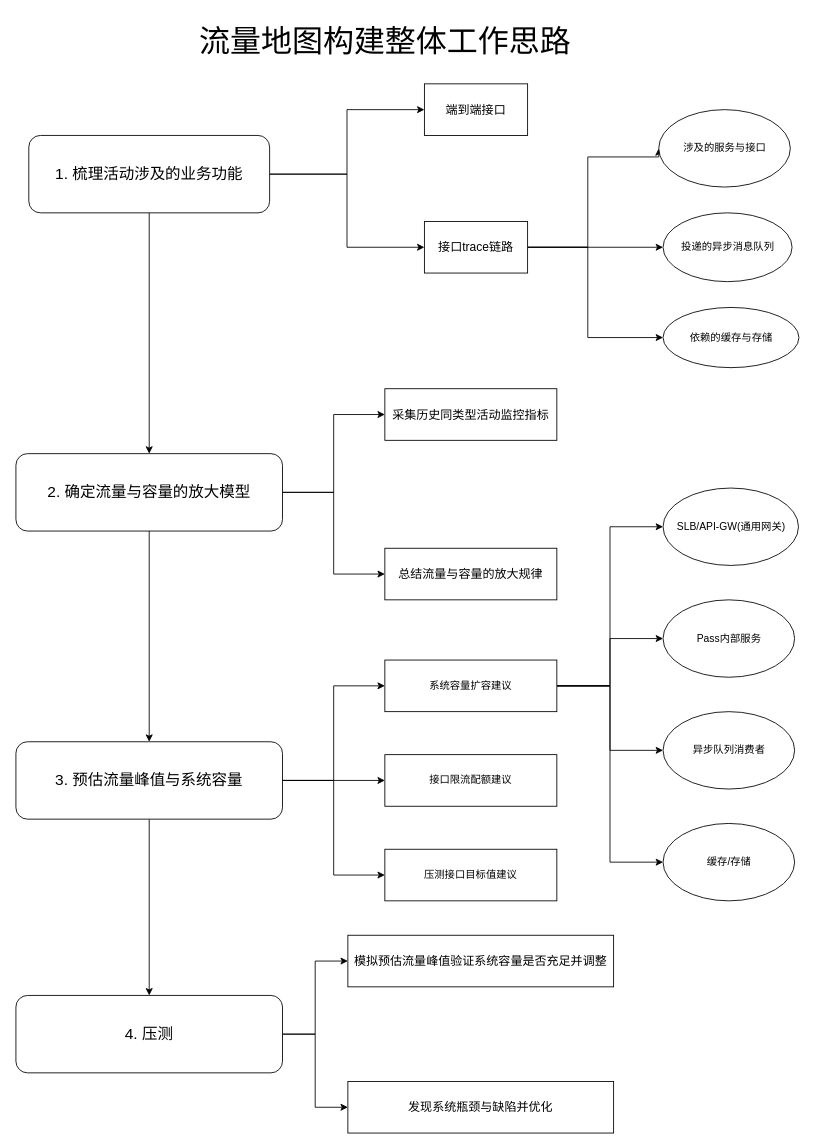
This is 流量地图构建整体架构.drawio from smartcharles/tech_draw, a draw.io file, before an edit. Source tidied: cells renumbered, new cells numbered last; positions are measured from the earlier drawing's top-left corner, leaving out a move shared by most shapes. Both pictures are drawn from the tidied source at 86%, with x=0, y=0 at pixel (15, 15).
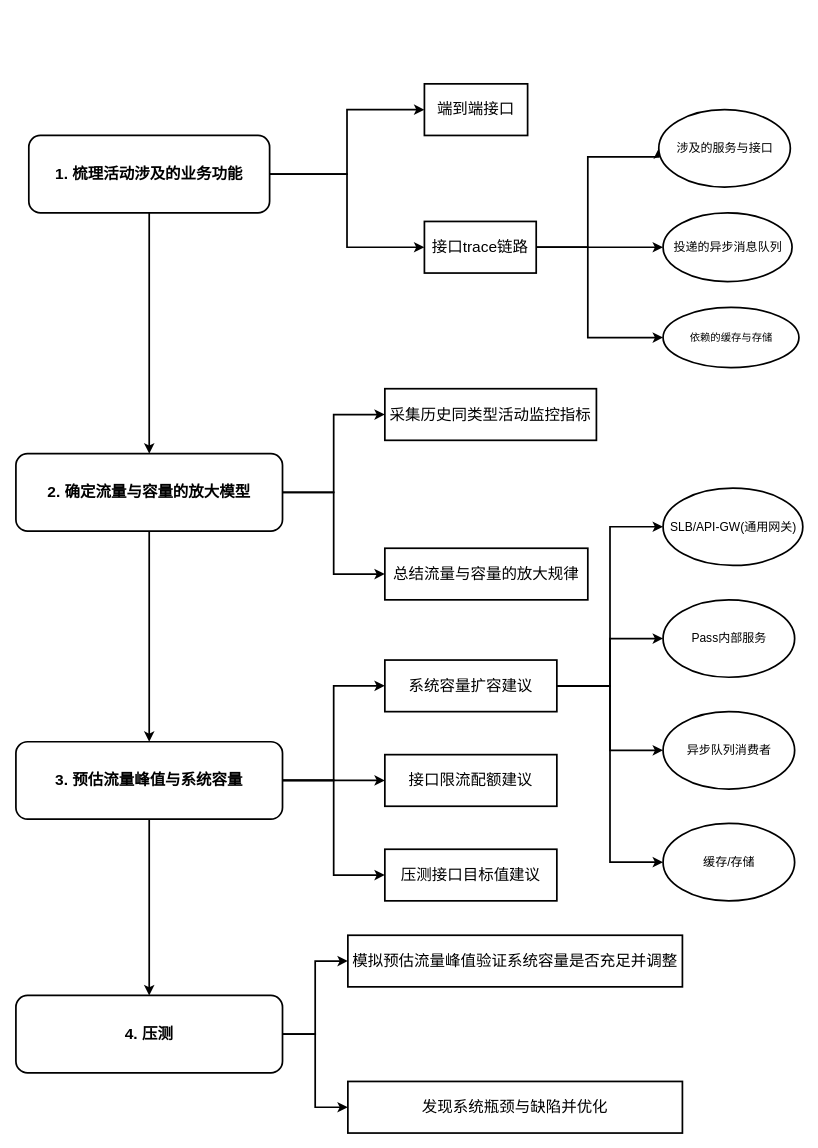
The same diagram, later.

Commit message (it also covers changes not shown here):
更新流量地图构建整体架构.drawio

What changed in the source:
```diff
@@
-    <mxCell id="2" style="edgeStyle=orthogonalEdgeStyle;rounded=0;jettySize=auto;html=1;entryX=0;entryY=0.5;entryDx=0;entryDy=0;" parent="1" edge="1" source="5" target="7">
+    <mxCell id="2" style="edgeStyle=orthogonalEdgeStyle;rounded=0;jettySize=auto;html=1;entryX=0;entryY=0.5;entryDx=0;entryDy=0;strokeWidth=2;" parent="1" edge="1" source="5" target="7">
       <mxGeometry relative="1" as="geometry" />
     </mxCell>
-    <mxCell id="3" style="edgeStyle=orthogonalEdgeStyle;rounded=0;jettySize=auto;html=1;entryX=0;entryY=0.5;entryDx=0;entryDy=0;" parent="1" edge="1" source="5" target="11">
+    <mxCell id="3" style="edgeStyle=orthogonalEdgeStyle;rounded=0;jettySize=auto;html=1;entryX=0;entryY=0.5;entryDx=0;entryDy=0;strokeWidth=2;" parent="1" edge="1" source="5" target="11">
       <mxGeometry relative="1" as="geometry" />
     </mxCell>
-    <mxCell id="4" style="edgeStyle=orthogonalEdgeStyle;rounded=0;jettySize=auto;html=1;entryX=0.5;entryY=0;entryDx=0;entryDy=0;" parent="1" edge="1" source="5" target="18">
+    <mxCell id="4" style="edgeStyle=orthogonalEdgeStyle;rounded=0;jettySize=auto;html=1;entryX=0.5;entryY=0;entryDx=0;entryDy=0;strokeWidth=2;" parent="1" edge="1" source="5" target="18">
       <mxGeometry relative="1" as="geometry" />
     </mxCell>
-    <mxCell id="5" value="&lt;font style=&quot;font-size: 18px;&quot;&gt;1. 梳理活动涉及的业务功能&lt;/font&gt;" style="rounded=1;whiteSpace=wrap;html=1;" parent="1" vertex="1">
+    <mxCell id="5" value="&lt;font style=&quot;font-size: 18px;&quot;&gt;&lt;b&gt;1. 梳理活动涉及的业务功能&lt;/b&gt;&lt;/font&gt;" style="rounded=1;whiteSpace=wrap;html=1;strokeWidth=2;" parent="1" vertex="1">
       <mxGeometry x="15" y="140" width="280" height="90" as="geometry" />
     </mxCell>
-    <mxCell id="6" value="&lt;font style=&quot;font-size: 36px;&quot;&gt;流量地图构建整体工作思路&lt;/font&gt;" style="text;html=1;align=center;verticalAlign=middle;strokeColor=none;fillColor=none;" parent="1" vertex="1">
-      <mxGeometry x="199" width="460" height="60" as="geometry" />
-    </mxCell>
-    <mxCell id="7" value="&lt;font style=&quot;font-size: 14px;&quot;&gt;端到端接口&lt;/font&gt;" style="rounded=0;whiteSpace=wrap;html=1;" parent="1" vertex="1">
+    <mxCell id="7" value="&lt;font style=&quot;font-size: 18px;&quot;&gt;端到端接口&lt;/font&gt;" style="rounded=0;whiteSpace=wrap;html=1;strokeWidth=2;" parent="1" vertex="1">
       <mxGeometry x="475" y="80" width="120" height="60" as="geometry" />
     </mxCell>
-    <mxCell id="8" style="edgeStyle=orthogonalEdgeStyle;rounded=0;jettySize=auto;html=1;entryX=0;entryY=0.5;entryDx=0;entryDy=0;" parent="1" edge="1" source="11" target="14">
+    <mxCell id="8" style="edgeStyle=orthogonalEdgeStyle;rounded=0;jettySize=auto;html=1;entryX=0;entryY=0.5;entryDx=0;entryDy=0;strokeWidth=2;" parent="1" edge="1" source="11" target="14">
       <mxGeometry relative="1" as="geometry" />
     </mxCell>
-    <mxCell id="9" style="edgeStyle=orthogonalEdgeStyle;rounded=0;jettySize=auto;html=1;entryX=0;entryY=0.5;entryDx=0;entryDy=0;" parent="1" edge="1" source="11" target="12">
+    <mxCell id="9" style="edgeStyle=orthogonalEdgeStyle;rounded=0;jettySize=auto;html=1;entryX=0;entryY=0.5;entryDx=0;entryDy=0;strokeWidth=2;" parent="1" edge="1" source="11" target="12">
       <mxGeometry relative="1" as="geometry">
         <Array as="points">
           <mxPoint x="665" y="270" />
           <mxPoint x="665" y="165" />
           <mxPoint x="748" y="165" />
         </Array>
       </mxGeometry>
     </mxCell>
-    <mxCell id="10" style="edgeStyle=orthogonalEdgeStyle;rounded=0;jettySize=auto;html=1;entryX=0;entryY=0.5;entryDx=0;entryDy=0;" parent="1" edge="1" source="11" target="13">
+    <mxCell id="10" style="edgeStyle=orthogonalEdgeStyle;rounded=0;jettySize=auto;html=1;entryX=0;entryY=0.5;entryDx=0;entryDy=0;strokeWidth=2;" parent="1" edge="1" source="11" target="13">
       <mxGeometry relative="1" as="geometry">
         <Array as="points">
           <mxPoint x="665" y="270" />
           <mxPoint x="665" y="375" />
         </Array>
       </mxGeometry>
     </mxCell>
-    <mxCell id="11" value="&lt;font style=&quot;font-size: 14px;&quot;&gt;接口trace链路&lt;/font&gt;" style="rounded=0;whiteSpace=wrap;html=1;" parent="1" vertex="1">
-      <mxGeometry x="475" y="240" width="120" height="60" as="geometry" />
+    <mxCell id="11" value="&lt;font style=&quot;font-size: 18px;&quot;&gt;接口trace链路&lt;/font&gt;" style="rounded=0;whiteSpace=wrap;html=1;strokeWidth=2;" parent="1" vertex="1">
+      <mxGeometry x="475" y="240" width="130" height="60" as="geometry" />
     </mxCell>
-    <mxCell id="12" value="涉及的服务与接口" style="ellipse;whiteSpace=wrap;html=1;" parent="1" vertex="1">
+    <mxCell id="12" value="&lt;font style=&quot;font-size: 14px;&quot;&gt;涉及的服务与接口&lt;/font&gt;" style="ellipse;whiteSpace=wrap;html=1;strokeWidth=2;" parent="1" vertex="1">
       <mxGeometry x="747.5" y="110" width="153" height="90" as="geometry" />
     </mxCell>
-    <mxCell id="13" value="依赖的缓存与存储" style="ellipse;whiteSpace=wrap;html=1;" parent="1" vertex="1">
+    <mxCell id="13" value="依赖的缓存与存储" style="ellipse;whiteSpace=wrap;html=1;strokeWidth=2;" parent="1" vertex="1">
       <mxGeometry x="752.5" y="340" width="158" height="70" as="geometry" />
     </mxCell>
-    <mxCell id="14" value="投递的异步消息队列" style="ellipse;whiteSpace=wrap;html=1;" parent="1" vertex="1">
+    <mxCell id="14" value="&lt;font style=&quot;font-size: 14px;&quot;&gt;投递的异步消息队列&lt;/font&gt;" style="ellipse;whiteSpace=wrap;html=1;strokeWidth=2;" parent="1" vertex="1">
       <mxGeometry x="752.5" y="230" width="150" height="80" as="geometry" />
     </mxCell>
-    <mxCell id="15" style="edgeStyle=orthogonalEdgeStyle;rounded=0;jettySize=auto;html=1;entryX=0;entryY=0.5;entryDx=0;entryDy=0;" parent="1" edge="1" source="18" target="24">
+    <mxCell id="15" style="edgeStyle=orthogonalEdgeStyle;rounded=0;jettySize=auto;html=1;entryX=0;entryY=0.5;entryDx=0;entryDy=0;strokeWidth=2;" parent="1" edge="1" source="18" target="24">
       <mxGeometry relative="1" as="geometry" />
     </mxCell>
-    <mxCell id="16" style="edgeStyle=orthogonalEdgeStyle;rounded=0;jettySize=auto;html=1;entryX=0;entryY=0.5;entryDx=0;entryDy=0;" parent="1" edge="1" source="18" target="25">
+    <mxCell id="16" style="edgeStyle=orthogonalEdgeStyle;rounded=0;jettySize=auto;html=1;entryX=0;entryY=0.5;entryDx=0;entryDy=0;strokeWidth=2;" parent="1" edge="1" source="18" target="25">
       <mxGeometry relative="1" as="geometry" />
     </mxCell>
-    <mxCell id="17" style="edgeStyle=orthogonalEdgeStyle;rounded=0;jettySize=auto;html=1;entryX=0.5;entryY=0;entryDx=0;entryDy=0;" parent="1" edge="1" source="18" target="23">
+    <mxCell id="17" style="edgeStyle=orthogonalEdgeStyle;rounded=0;jettySize=auto;html=1;entryX=0.5;entryY=0;entryDx=0;entryDy=0;strokeWidth=2;" parent="1" edge="1" source="18" target="23">
       <mxGeometry relative="1" as="geometry" />
     </mxCell>
-    <mxCell id="18" value="&lt;span style=&quot;font-size: 18px;&quot;&gt;2. 确定流量与容量的放大模型&lt;/span&gt;" style="rounded=1;whiteSpace=wrap;html=1;" parent="1" vertex="1">
+    <mxCell id="18" value="&lt;span style=&quot;font-size: 18px;&quot;&gt;&lt;b&gt;2. 确定流量与容量的放大模型&lt;/b&gt;&lt;/span&gt;" style="rounded=1;whiteSpace=wrap;html=1;strokeWidth=2;" parent="1" vertex="1">
       <mxGeometry y="510" width="310" height="90" as="geometry" />
     </mxCell>
-    <mxCell id="19" style="edgeStyle=orthogonalEdgeStyle;rounded=0;jettySize=auto;html=1;entryX=0;entryY=0.5;entryDx=0;entryDy=0;" parent="1" edge="1" source="23" target="30">
+    <mxCell id="19" style="edgeStyle=orthogonalEdgeStyle;rounded=0;jettySize=auto;html=1;entryX=0;entryY=0.5;entryDx=0;entryDy=0;strokeWidth=2;" parent="1" edge="1" source="23" target="30">
       <mxGeometry relative="1" as="geometry" />
     </mxCell>
-    <mxCell id="20" style="edgeStyle=orthogonalEdgeStyle;rounded=0;jettySize=auto;html=1;entryX=0;entryY=0.5;entryDx=0;entryDy=0;" parent="1" edge="1" source="23" target="31">
+    <mxCell id="20" style="edgeStyle=orthogonalEdgeStyle;rounded=0;jettySize=auto;html=1;entryX=0;entryY=0.5;entryDx=0;entryDy=0;strokeWidth=2;" parent="1" edge="1" source="23" target="31">
       <mxGeometry relative="1" as="geometry" />
     </mxCell>
-    <mxCell id="21" style="edgeStyle=orthogonalEdgeStyle;rounded=0;jettySize=auto;html=1;entryX=0;entryY=0.5;entryDx=0;entryDy=0;" parent="1" edge="1" source="23" target="32">
+    <mxCell id="21" style="edgeStyle=orthogonalEdgeStyle;rounded=0;jettySize=auto;html=1;entryX=0;entryY=0.5;entryDx=0;entryDy=0;strokeWidth=2;" parent="1" edge="1" source="23" target="32">
       <mxGeometry relative="1" as="geometry" />
     </mxCell>
-    <mxCell id="22" style="edgeStyle=orthogonalEdgeStyle;rounded=0;jettySize=auto;html=1;entryX=0.5;entryY=0;entryDx=0;entryDy=0;" parent="1" edge="1" source="23" target="39">
+    <mxCell id="22" style="edgeStyle=orthogonalEdgeStyle;rounded=0;jettySize=auto;html=1;entryX=0.5;entryY=0;entryDx=0;entryDy=0;strokeWidth=2;" parent="1" edge="1" source="23" target="39">
       <mxGeometry relative="1" as="geometry" />
     </mxCell>
-    <mxCell id="23" value="&lt;span style=&quot;font-size: 18px;&quot;&gt;3. 预估流量峰值与系统容量&lt;/span&gt;" style="rounded=1;whiteSpace=wrap;html=1;" parent="1" vertex="1">
+    <mxCell id="23" value="&lt;span style=&quot;font-size: 18px;&quot;&gt;&lt;b&gt;3. 预估流量峰值与系统容量&lt;/b&gt;&lt;/span&gt;" style="rounded=1;whiteSpace=wrap;html=1;strokeWidth=2;" parent="1" vertex="1">
       <mxGeometry y="845" width="310" height="90" as="geometry" />
     </mxCell>
-    <mxCell id="24" value="&lt;font style=&quot;font-size: 14px;&quot;&gt;采集历史同类型活动监控指标&lt;/font&gt;" style="rounded=0;whiteSpace=wrap;html=1;" parent="1" vertex="1">
-      <mxGeometry x="429" y="434.5" width="200" height="60" as="geometry" />
+    <mxCell id="24" value="&lt;font style=&quot;font-size: 18px;&quot;&gt;采集历史同类型活动监控指标&lt;/font&gt;" style="rounded=0;whiteSpace=wrap;html=1;strokeWidth=2;" parent="1" vertex="1">
+      <mxGeometry x="429" y="434.5" width="246" height="60" as="geometry" />
     </mxCell>
-    <mxCell id="25" value="&lt;font style=&quot;font-size: 14px;&quot;&gt;总结流量与容量的放大规律&lt;/font&gt;" style="rounded=0;whiteSpace=wrap;html=1;" parent="1" vertex="1">
-      <mxGeometry x="429" y="620" width="200" height="60" as="geometry" />
+    <mxCell id="25" value="&lt;font style=&quot;font-size: 18px;&quot;&gt;总结流量与容量的放大规律&lt;/font&gt;" style="rounded=0;whiteSpace=wrap;html=1;strokeWidth=2;" parent="1" vertex="1">
+      <mxGeometry x="429" y="620" width="236" height="60" as="geometry" />
     </mxCell>
-    <mxCell id="26" style="edgeStyle=orthogonalEdgeStyle;rounded=0;jettySize=auto;html=1;entryX=0;entryY=0.5;entryDx=0;entryDy=0;" parent="1" edge="1" source="30" target="33">
+    <mxCell id="26" style="edgeStyle=orthogonalEdgeStyle;rounded=0;jettySize=auto;html=1;entryX=0;entryY=0.5;entryDx=0;entryDy=0;strokeWidth=2;" parent="1" edge="1" source="30" target="33">
       <mxGeometry relative="1" as="geometry" />
     </mxCell>
-    <mxCell id="27" style="edgeStyle=orthogonalEdgeStyle;rounded=0;jettySize=auto;html=1;exitX=1;exitY=0.5;exitDx=0;exitDy=0;entryX=0;entryY=0.5;entryDx=0;entryDy=0;" parent="1" edge="1" source="30" target="35">
+    <mxCell id="27" style="edgeStyle=orthogonalEdgeStyle;rounded=0;jettySize=auto;html=1;exitX=1;exitY=0.5;exitDx=0;exitDy=0;entryX=0;entryY=0.5;entryDx=0;entryDy=0;strokeWidth=2;" parent="1" edge="1" source="30" target="35">
       <mxGeometry relative="1" as="geometry" />
     </mxCell>
-    <mxCell id="28" style="edgeStyle=orthogonalEdgeStyle;rounded=0;jettySize=auto;html=1;entryX=0;entryY=0.5;entryDx=0;entryDy=0;" parent="1" edge="1" source="30" target="36">
+    <mxCell id="28" style="edgeStyle=orthogonalEdgeStyle;rounded=0;jettySize=auto;html=1;entryX=0;entryY=0.5;entryDx=0;entryDy=0;strokeWidth=2;" parent="1" edge="1" source="30" target="36">
       <mxGeometry relative="1" as="geometry" />
     </mxCell>
-    <mxCell id="29" style="edgeStyle=orthogonalEdgeStyle;rounded=0;jettySize=auto;html=1;entryX=0;entryY=0.5;entryDx=0;entryDy=0;" parent="1" edge="1" source="30" target="34">
+    <mxCell id="29" style="edgeStyle=orthogonalEdgeStyle;rounded=0;jettySize=auto;html=1;entryX=0;entryY=0.5;entryDx=0;entryDy=0;strokeWidth=2;" parent="1" edge="1" source="30" target="34">
       <mxGeometry relative="1" as="geometry" />
     </mxCell>
-    <mxCell id="30" value="系统容量扩容建议" style="rounded=0;whiteSpace=wrap;html=1;" parent="1" vertex="1">
+    <mxCell id="30" value="&lt;font style=&quot;font-size: 18px;&quot;&gt;系统容量扩容建议&lt;/font&gt;" style="rounded=0;whiteSpace=wrap;html=1;strokeWidth=2;" parent="1" vertex="1">
       <mxGeometry x="429" y="750" width="200" height="60" as="geometry" />
     </mxCell>
-    <mxCell id="31" value="接口限流配额建议" style="rounded=0;whiteSpace=wrap;html=1;" parent="1" vertex="1">
+    <mxCell id="31" value="&lt;font style=&quot;font-size: 18px;&quot;&gt;接口限流配额建议&lt;/font&gt;" style="rounded=0;whiteSpace=wrap;html=1;strokeWidth=2;" parent="1" vertex="1">
       <mxGeometry x="429" y="860" width="200" height="60" as="geometry" />
     </mxCell>
-    <mxCell id="32" value="压测接口目标值建议" style="rounded=0;whiteSpace=wrap;html=1;" parent="1" vertex="1">
+    <mxCell id="32" value="&lt;font style=&quot;font-size: 18px;&quot;&gt;压测接口目标值建议&lt;/font&gt;" style="rounded=0;whiteSpace=wrap;html=1;strokeWidth=2;" parent="1" vertex="1">
       <mxGeometry x="429" y="970" width="200" height="60" as="geometry" />
     </mxCell>
-    <mxCell id="33" value="SLB/API-GW(通用网关)" style="ellipse;whiteSpace=wrap;html=1;" parent="1" vertex="1">
-      <mxGeometry x="752.5" y="550" width="157.5" height="90" as="geometry" />
+    <mxCell id="33" value="&lt;font style=&quot;font-size: 14px;&quot;&gt;SLB/API-GW(通用网关)&lt;/font&gt;" style="ellipse;whiteSpace=wrap;html=1;strokeWidth=2;" parent="1" vertex="1">
+      <mxGeometry x="752.5" y="550" width="162.5" height="90" as="geometry" />
     </mxCell>
-    <mxCell id="34" value="Pass内部服务" style="ellipse;whiteSpace=wrap;html=1;" parent="1" vertex="1">
+    <mxCell id="34" value="&lt;font style=&quot;font-size: 14px;&quot;&gt;Pass内部服务&lt;/font&gt;" style="ellipse;whiteSpace=wrap;html=1;strokeWidth=2;" parent="1" vertex="1">
       <mxGeometry x="752.5" y="680" width="153" height="90" as="geometry" />
     </mxCell>
-    <mxCell id="35" value="缓存/存储" style="ellipse;whiteSpace=wrap;html=1;" parent="1" vertex="1">
+    <mxCell id="35" value="&lt;font style=&quot;font-size: 14px;&quot;&gt;缓存/存储&lt;/font&gt;" style="ellipse;whiteSpace=wrap;html=1;strokeWidth=2;" parent="1" vertex="1">
       <mxGeometry x="752.5" y="940" width="153" height="90" as="geometry" />
     </mxCell>
-    <mxCell id="36" value="异步队列消费者" style="ellipse;whiteSpace=wrap;html=1;" parent="1" vertex="1">
+    <mxCell id="36" value="&lt;font style=&quot;font-size: 14px;&quot;&gt;异步队列消费者&lt;/font&gt;" style="ellipse;whiteSpace=wrap;html=1;strokeWidth=2;" parent="1" vertex="1">
       <mxGeometry x="752.5" y="810" width="153" height="90" as="geometry" />
     </mxCell>
-    <mxCell id="37" style="edgeStyle=orthogonalEdgeStyle;rounded=0;jettySize=auto;html=1;entryX=0;entryY=0.5;entryDx=0;entryDy=0;" parent="1" edge="1" source="39" target="40">
+    <mxCell id="37" style="edgeStyle=orthogonalEdgeStyle;rounded=0;jettySize=auto;html=1;entryX=0;entryY=0.5;entryDx=0;entryDy=0;strokeWidth=2;" parent="1" edge="1" source="39" target="40">
       <mxGeometry relative="1" as="geometry" />
     </mxCell>
-    <mxCell id="38" style="edgeStyle=orthogonalEdgeStyle;rounded=0;jettySize=auto;html=1;exitX=1;exitY=0.5;exitDx=0;exitDy=0;entryX=0;entryY=0.5;entryDx=0;entryDy=0;" parent="1" edge="1" source="39" target="41">
+    <mxCell id="38" style="edgeStyle=orthogonalEdgeStyle;rounded=0;jettySize=auto;html=1;exitX=1;exitY=0.5;exitDx=0;exitDy=0;entryX=0;entryY=0.5;entryDx=0;entryDy=0;strokeWidth=2;" parent="1" edge="1" source="39" target="41">
       <mxGeometry relative="1" as="geometry" />
     </mxCell>
-    <mxCell id="39" value="&lt;span style=&quot;font-size: 18px;&quot;&gt;4. 压测&lt;/span&gt;" style="rounded=1;whiteSpace=wrap;html=1;" parent="1" vertex="1">
+    <mxCell id="39" value="&lt;span style=&quot;font-size: 18px;&quot;&gt;&lt;b&gt;4. 压测&lt;/b&gt;&lt;/span&gt;" style="rounded=1;whiteSpace=wrap;html=1;strokeWidth=2;" parent="1" vertex="1">
       <mxGeometry y="1140" width="310" height="90" as="geometry" />
     </mxCell>
-    <mxCell id="40" value="&lt;font style=&quot;font-size: 14px;&quot;&gt;模拟预估流量峰值验证系统容量是否充足并调整&lt;/font&gt;" style="rounded=0;whiteSpace=wrap;html=1;" parent="1" vertex="1">
-      <mxGeometry x="386" y="1070" width="309" height="60" as="geometry" />
+    <mxCell id="40" value="&lt;font style=&quot;font-size: 18px;&quot;&gt;模拟预估流量峰值验证系统容量是否充足并调整&lt;/font&gt;" style="rounded=0;whiteSpace=wrap;html=1;strokeWidth=2;" parent="1" vertex="1">
+      <mxGeometry x="386" y="1070" width="389" height="60" as="geometry" />
     </mxCell>
-    <mxCell id="41" value="&lt;font style=&quot;font-size: 14px;&quot;&gt;发现系统瓶颈与缺陷并优化&lt;/font&gt;" style="rounded=0;whiteSpace=wrap;html=1;" parent="1" vertex="1">
-      <mxGeometry x="386" y="1240" width="309" height="60" as="geometry" />
+    <mxCell id="41" value="&lt;font style=&quot;font-size: 18px;&quot;&gt;发现系统瓶颈与缺陷并优化&lt;/font&gt;" style="rounded=0;whiteSpace=wrap;html=1;strokeWidth=2;" parent="1" vertex="1">
+      <mxGeometry x="386" y="1240" width="389" height="60" as="geometry" />
     </mxCell>
```
